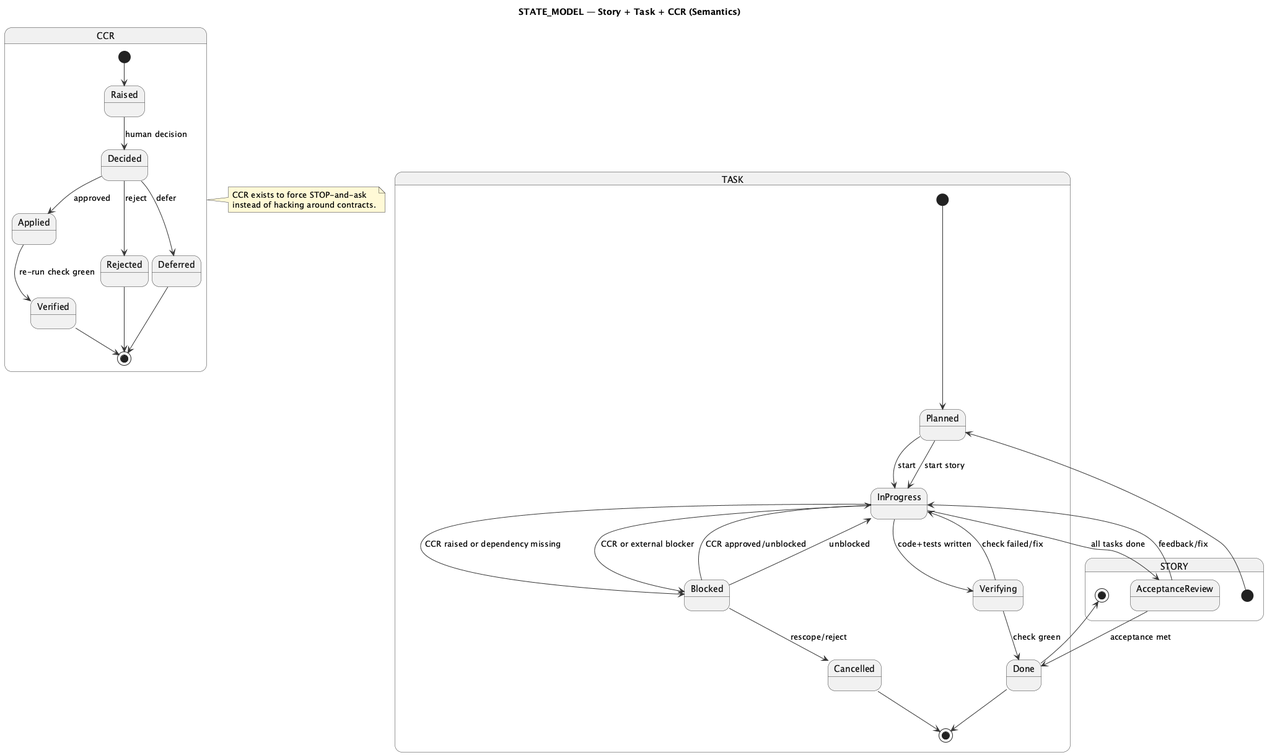
wolanski/job_agent_app keeps this PlantUML diagram as process/diagrams/STATE_MODEL.png. Above is the earlier version. The source it was exported from:
```plantuml
@startuml STATE_MODEL
title STATE_MODEL — Story + Task + CCR (Semantics)

skinparam shadowing false
skinparam ArrowColor #333333
skinparam StateBorderColor #333333
skinparam StateFontColor #111111
skinparam NoteBackgroundColor #FFF9D6
skinparam NoteBorderColor #333333

state "TASK" as TASK {
  [*] --> Planned
  Planned --> InProgress : start
  InProgress --> Verifying : code+tests written
  Verifying --> Done : check green
  Verifying --> InProgress : check failed/fix
  InProgress --> Blocked : CCR raised or dependency missing
  Blocked --> InProgress : CCR approved/unblocked
  Blocked --> Cancelled : rescope/reject
  Done --> [*]
  Cancelled --> [*]
}

state "STORY" as STORY {
  [*] --> Planned
  Planned --> InProgress : start story
  InProgress --> AcceptanceReview : all tasks done
  AcceptanceReview --> Done : acceptance met
  AcceptanceReview --> InProgress : feedback/fix
  InProgress --> Blocked : CCR or external blocker
  Blocked --> InProgress : unblocked
  Done --> [*]
}

state "CCR" as CCR {
  [*] --> Raised
  Raised --> Decided : human decision
  Decided --> Applied : approved
  Decided --> Rejected : reject
  Decided --> Deferred : defer
  Applied --> Verified : re-run check green
  Verified --> [*]
  Rejected --> [*]
  Deferred --> [*]
}

note right of CCR
CCR exists to force STOP-and-ask
instead of hacking around contracts.
end note

@enduml
```
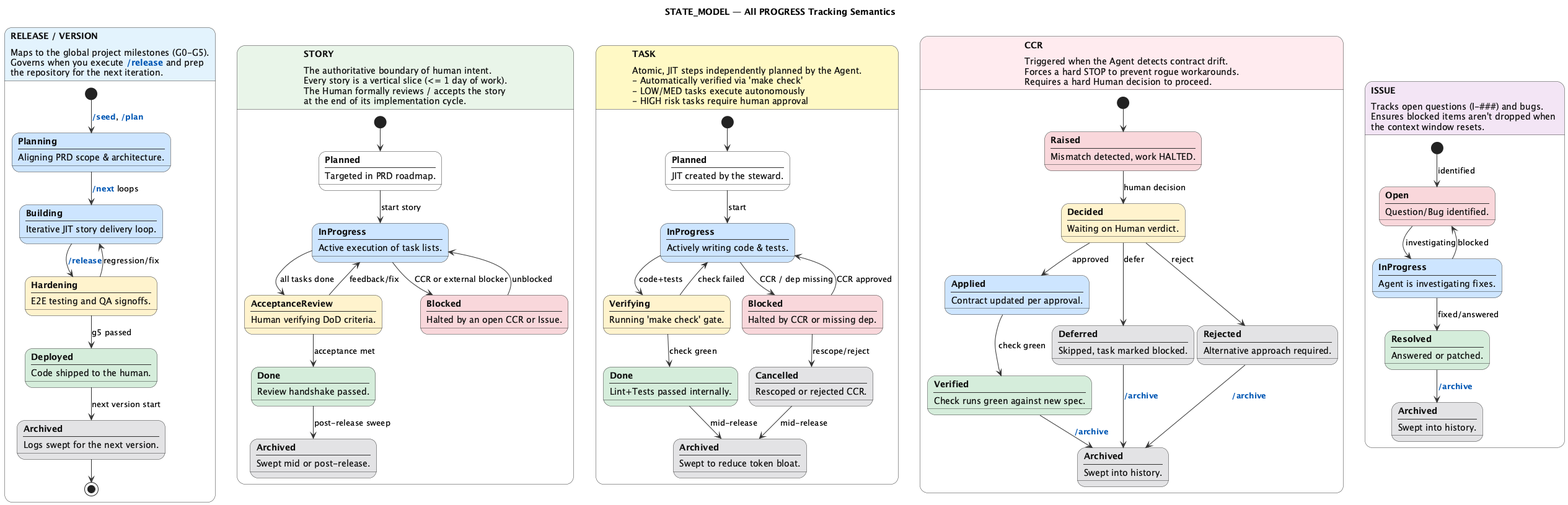
After the change.

What changed in the source:
```diff
@@ -1,52 +1,97 @@
 @startuml STATE_MODEL
-title STATE_MODEL — Story + Task + CCR (Semantics)
+title STATE_MODEL — All PROGRESS Tracking Semantics
 
 skinparam shadowing false
 skinparam ArrowColor #333333
 skinparam StateBorderColor #333333
 skinparam StateFontColor #111111
-skinparam NoteBackgroundColor #FFF9D6
-skinparam NoteBorderColor #333333
 
-state "TASK" as TASK {
-  [*] --> Planned
-  Planned --> InProgress : start
-  InProgress --> Verifying : code+tests written
-  Verifying --> Done : check green
-  Verifying --> InProgress : check failed/fix
-  InProgress --> Blocked : CCR raised or dependency missing
-  Blocked --> InProgress : CCR approved/unblocked
-  Blocked --> Cancelled : rescope/reject
-  Done --> [*]
-  Cancelled --> [*]
+state "**RELEASE / VERSION**\n----\nMaps to the global project milestones (G0-G5).\nGoverns when you execute <b><color:#0056b3>/release</color></b> and prep\nthe repository for the next iteration." as RELEASE #E3F2FD {
+  state "**Planning**\n----\nAligning PRD scope & architecture." as Planning #CCE5FF
+  state "**Building**\n----\nIterative JIT story delivery loop." as Building #CCE5FF
+  state "**Hardening**\n----\nE2E testing and QA signoffs." as Hardening #FFF3CD
+  state "**Deployed**\n----\nCode shipped to the human." as Deployed #D4EDDA
+  state "**Archived**\n----\nLogs swept for the next version." as Archived_R #E2E3E5
+
+  [*] --> Planning : <b><color:#0056b3>/seed</color></b>, <b><color:#0056b3>/plan</color></b>
+  Planning --> Building : <b><color:#0056b3>/next</color></b> loops
+  Building --> Hardening : <b><color:#0056b3>/release</color></b>
+  Hardening --> Building : regression/fix
+  Hardening --> Deployed : g5 passed
+  Deployed --> Archived_R : next version start
+  Archived_R --> [*]
 }
 
-state "STORY" as STORY {
-  [*] --> Planned
-  Planned --> InProgress : start story
-  InProgress --> AcceptanceReview : all tasks done
-  AcceptanceReview --> Done : acceptance met
-  AcceptanceReview --> InProgress : feedback/fix
-  InProgress --> Blocked : CCR or external blocker
-  Blocked --> InProgress : unblocked
-  Done --> [*]
+state "**STORY**\n----\nThe authoritative boundary of human intent.\nEvery story is a vertical slice (<= 1 day of work).\nThe Human formally reviews / accepts the story\nat the end of its implementation cycle." as STORY #E8F5E9 {
+  state "**Planned**\n----\nTargeted in PRD roadmap." as Planned_S #FFFFFF
+  state "**InProgress**\n----\nActive execution of task lists." as InProgress_S #CCE5FF
+  state "**AcceptanceReview**\n----\nHuman verifying DoD criteria." as AcceptanceReview #FFF3CD
+  state "**Blocked**\n----\nHalted by an open CCR or Issue." as Blocked_S #F8D7DA
+  state "**Done**\n----\nReview handshake passed." as Done_S #D4EDDA
+  state "**Archived**\n----\nSwept mid or post-release." as Archived_S #E2E3E5
+
+  [*] --> Planned_S
+  Planned_S --> InProgress_S : start story
+  InProgress_S --> AcceptanceReview : all tasks done
+  AcceptanceReview --> Done_S : acceptance met
+  AcceptanceReview --> InProgress_S : feedback/fix
+  InProgress_S --> Blocked_S : CCR or external blocker
+  Blocked_S --> InProgress_S : unblocked
+  Done_S --> Archived_S : post-release sweep
 }
 
-state "CCR" as CCR {
+state "**TASK**\n----\nAtomic, JIT steps independently planned by the Agent.\n- Automatically verified via 'make check'\n- LOW/MED tasks execute autonomously\n- HIGH risk tasks require human approval" as TASK #FFF9C4 {
+  state "**Planned**\n----\nJIT created by the steward." as Planned_T #FFFFFF
+  state "**InProgress**\n----\nActively writing code & tests." as InProgress_T #CCE5FF
+  state "**Verifying**\n----\nRunning 'make check' gate." as Verifying #FFF3CD
+  state "**Blocked**\n----\nHalted by CCR or missing dep." as Blocked_T #F8D7DA
+  state "**Cancelled**\n----\nRescoped or rejected CCR." as Cancelled #E2E3E5
+  state "**Done**\n----\nLint+Tests passed internally." as Done_T #D4EDDA
+  state "**Archived**\n----\nSwept to reduce token bloat." as Archived_T #E2E3E5
+
+  [*] --> Planned_T
+  Planned_T --> InProgress_T : start
+  InProgress_T --> Verifying : code+tests
+  Verifying --> Done_T : check green
+  Verifying --> InProgress_T : check failed
+  InProgress_T --> Blocked_T : CCR / dep missing
+  Blocked_T --> InProgress_T : CCR approved
+  Blocked_T --> Cancelled : rescope/reject
+  Done_T --> Archived_T : mid-release
+  Cancelled --> Archived_T : mid-release
+}
+
+state "**CCR**\n----\nTriggered when the Agent detects contract drift.\nForces a hard STOP to prevent rogue workarounds.\nRequires a hard Human decision to proceed." as CCR #FFEBEE {
+  state "**Raised**\n----\nMismatch detected, work HALTED." as Raised #F8D7DA
+  state "**Decided**\n----\nWaiting on Human verdict." as Decided #FFF3CD
+  state "**Applied**\n----\nContract updated per approval." as Applied #CCE5FF
+  state "**Deferred**\n----\nSkipped, task marked blocked." as Deferred #E2E3E5
+  state "**Rejected**\n----\nAlternative approach required." as Rejected #E2E3E5
+  state "**Verified**\n----\nCheck runs green against new spec." as Verified #D4EDDA
+  state "**Archived**\n----\nSwept into history." as Archived_C #E2E3E5
+
   [*] --> Raised
   Raised --> Decided : human decision
   Decided --> Applied : approved
   Decided --> Rejected : reject
   Decided --> Deferred : defer
-  Applied --> Verified : re-run check green
-  Verified --> [*]
-  Rejected --> [*]
-  Deferred --> [*]
+  Applied --> Verified : check green
+  Verified --> Archived_C : <b><color:#0056b3>/archive</color></b>
+  Rejected --> Archived_C : <b><color:#0056b3>/archive</color></b>
+  Deferred --> Archived_C : <b><color:#0056b3>/archive</color></b>
 }
 
-note right of CCR
-CCR exists to force STOP-and-ask
-instead of hacking around contracts.
-end note
+state "**ISSUE**\n----\nTracks open questions (I-###) and bugs.\nEnsures blocked items aren't dropped when \nthe context window resets." as ISSUE #F3E5F5 {
+  state "**Open**\n----\nQuestion/Bug identified." as Open #F8D7DA
+  state "**InProgress**\n----\nAgent is investigating fixes." as InProgress_I #CCE5FF
+  state "**Resolved**\n----\nAnswered or patched." as Resolved #D4EDDA
+  state "**Archived**\n----\nSwept into history." as Archived_I #E2E3E5
+
+  [*] --> Open : identified
+  Open --> InProgress_I : investigating
+  InProgress_I --> Resolved : fixed/answered
+  InProgress_I --> Open : blocked
+  Resolved --> Archived_I : <b><color:#0056b3>/archive</color></b>
+}
 
 @enduml
```
